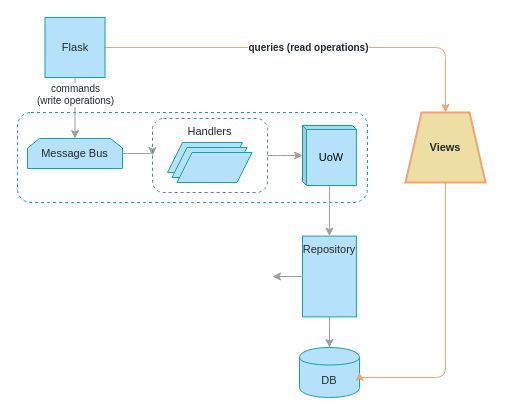
Earlier version of the draw.io diagram page "Chapter 12" (9 of 11) of maps.drawio (cosmicpython/book). Source tidied: cells renumbered, new cells numbered last; positions are measured from the earlier drawing's top-left corner, leaving out a move shared by most shapes. Both pictures are drawn from the tidied source at 100%, with x=0, y=0 at pixel (17, 17).
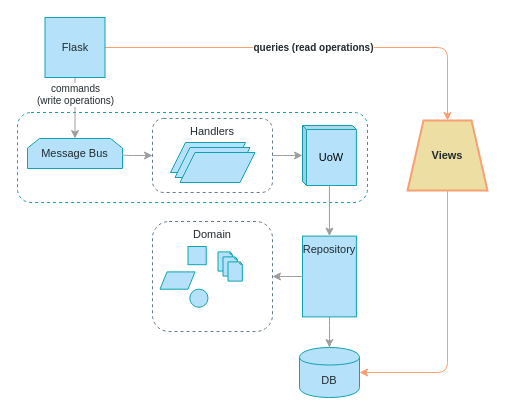
The same page after the edit.

Unchanged cells that the change refers to:
```xml
<mxCell id="8" value="Message Bus" style="shape=loopLimit;whiteSpace=wrap;html=1;fontFamily=Guardian Sans Cond Light;fontSize=11;fontColor=#212A2E;align=center;strokeColor=#0FA3B1;fillColor=#B5E2FA;size=12;gradientColor=none;" parent="1" vertex="1">
  <mxGeometry x="10" y="121" width="95" height="30" as="geometry" />
</mxCell>
<mxCell id="10" value="Repository" style="whiteSpace=wrap;html=1;strokeColor=#0FA3B1;fillColor=#B5E2FA;gradientColor=none;fontFamily=Guardian Sans Cond Light;fontSize=11;fontColor=#212A2E;verticalAlign=top;" parent="1" vertex="1">
  <mxGeometry x="285" y="218.6" width="53.9" height="80.8" as="geometry" />
</mxCell>
<mxCell id="13" value="DB" style="shape=cylinder;whiteSpace=wrap;html=1;boundedLbl=1;backgroundOutline=1;strokeColor=#0FA3B1;fillColor=#B5E2FA;fontSize=11;fontColor=#212A2E;gradientColor=none;fontFamily=Guardian Sans Cond Light;" parent="1" vertex="1">
  <mxGeometry x="282" y="330" width="60" height="50" as="geometry" />
</mxCell>
```

The edit, as a diff of the source:
```diff
@@
     <mxCell id="11" style="edgeStyle=orthogonalEdgeStyle;jettySize=auto;html=1;strokeColor=#9E9E9E;fillColor=#B5E2FA;fontFamily=Guardian Sans Cond Light;fontSize=11;fontColor=#212A2E;entryX=0;entryY=0.5;entryDx=0;entryDy=0;exitX=1;exitY=0.5;exitDx=0;exitDy=0;" parent="1" edge="1" source="8" target="17">
       <mxGeometry relative="1" as="geometry">
         <Array as="points">
-          <mxPoint x="115" y="136" />
-          <mxPoint x="115" y="136" />
+          <mxPoint x="105" y="138" />
         </Array>
       </mxGeometry>
     </mxCell>
-    <mxCell id="12" style="edgeStyle=orthogonalEdgeStyle;jettySize=auto;html=1;strokeColor=#9E9E9E;fillColor=#B5E2FA;fontFamily=Guardian Sans Cond Light;fontSize=11;fontColor=#212A2E;exitX=0;exitY=0.5;exitDx=0;exitDy=0;" parent="1" edge="1" source="10">
-      <mxGeometry relative="1" as="geometry">
-        <mxPoint x="255" y="259.3" as="targetPoint" />
-      </mxGeometry>
+    <mxCell id="12" style="edgeStyle=orthogonalEdgeStyle;jettySize=auto;html=1;strokeColor=#9E9E9E;fillColor=#B5E2FA;fontFamily=Guardian Sans Cond Light;fontSize=11;fontColor=#212A2E;exitX=0;exitY=0.5;exitDx=0;exitDy=0;" parent="1" edge="1" source="10" target="22">
+      <mxGeometry relative="1" as="geometry" />
     </mxCell>
@@
     <mxCell id="15" style="edgeStyle=orthogonalEdgeStyle;jettySize=auto;html=1;strokeColor=#F7A072;fillColor=#B5E2FA;fontFamily=Guardian Sans Cond Light;fontSize=11;fontColor=#212A2E;entryX=1;entryY=0.5;entryDx=0;entryDy=0;exitX=0.5;exitY=1;exitDx=0;exitDy=0;" parent="1" edge="1" source="16" target="13">
       <mxGeometry relative="1" as="geometry">
         <Array as="points">
-          <mxPoint x="428" y="360" />
+          <mxPoint x="430" y="355" />
         </Array>
       </mxGeometry>
     </mxCell>
     <mxCell id="16" value="Views" style="shape=trapezoid;perimeter=trapezoidPerimeter;whiteSpace=wrap;html=1;rounded=0;shadow=0;glass=0;comic=0;strokeColor=#F7A072;fillColor=#EDDEA4;gradientColor=none;fontFamily=Guardian Sans Cond Light;fontSize=11;fontColor=#212A2E;align=center;fontStyle=1;strokeWidth=2;" parent="1" vertex="1">
-      <mxGeometry x="388" y="95" width="80" height="70" as="geometry" />
+      <mxGeometry x="390" y="103" width="80" height="70" as="geometry" />
     </mxCell>
     <mxCell id="17" value="Handlers" style="rounded=1;whiteSpace=wrap;html=1;fontFamily=Guardian Sans Cond Light;verticalAlign=top;fontSize=11;fontColor=#212A2E;fillColor=none;strokeColor=#637C89;fontStyle=0;dashed=1;" parent="1" vertex="1">
-      <mxGeometry x="135" y="101" width="115" height="74" as="geometry" />
+      <mxGeometry x="135" y="101" width="120" height="74" as="geometry" />
     </mxCell>
+    <mxCell id="21" style="group;" parent="1" vertex="1">
+      <mxGeometry x="135" y="204" width="120" height="110" as="geometry" />
+    </mxCell>
+    <mxCell id="22" value="Domain" style="rounded=1;whiteSpace=wrap;html=1;fontFamily=Guardian Sans Cond Light;verticalAlign=top;fontSize=11;fontColor=#212A2E;fillColor=none;strokeColor=#637C89;dashed=1;" parent="21" vertex="1">
+      <mxGeometry width="120" height="110" as="geometry" />
+    </mxCell>
+    <mxCell id="23" style="whiteSpace=wrap;html=1;fontSize=11;strokeColor=#0FA3B1;fillColor=#B5E2FA;fontFamily=Guardian Sans Cond Light;" parent="21" vertex="1">
+      <mxGeometry x="35.5" y="25" width="18.2" height="18.2" as="geometry" />
+    </mxCell>
+    <mxCell id="24" style="ellipse;whiteSpace=wrap;html=1;fontSize=11;strokeColor=#0FA3B1;fillColor=#B5E2FA;fontFamily=Guardian Sans Cond Light;" parent="21" vertex="1">
+      <mxGeometry x="37.3" y="67.6" width="18.2" height="18.2" as="geometry" />
+    </mxCell>
+    <mxCell id="25" style="shape=parallelogram;perimeter=parallelogramPerimeter;whiteSpace=wrap;html=1;fontFamily=Guardian Sans Cond Light;fontSize=11;fontColor=#000000;align=center;strokeColor=#0FA3B1;fillColor=#B5E2FA;" parent="21" vertex="1">
+      <mxGeometry x="7.5" y="50.4" width="35" height="17.3" as="geometry" />
+    </mxCell>
+    <mxCell id="26" style="whiteSpace=wrap;html=1;shape=mxgraph.basic.document;rounded=1;strokeColor=#0FA3B1;fillColor=#B5E2FA;fontFamily=Guardian Sans Cond Light;fontSize=11;" parent="21" vertex="1">
+      <mxGeometry x="65.5" y="30.4" width="14.5" height="19.2" as="geometry" />
+    </mxCell>
+    <mxCell id="27" style="whiteSpace=wrap;html=1;shape=mxgraph.basic.document;rounded=1;strokeColor=#0FA3B1;fillColor=#B5E2FA;fontFamily=Guardian Sans Cond Light;fontSize=11;" parent="21" vertex="1">
+      <mxGeometry x="70.5" y="35.4" width="14.5" height="19.2" as="geometry" />
+    </mxCell>
+    <mxCell id="28" style="whiteSpace=wrap;html=1;shape=mxgraph.basic.document;rounded=1;strokeColor=#0FA3B1;fillColor=#B5E2FA;fontFamily=Guardian Sans Cond Light;fontSize=11;" parent="21" vertex="1">
+      <mxGeometry x="75.5" y="40.4" width="14.5" height="19.2" as="geometry" />
+    </mxCell>
+    <mxCell id="29" style="group;" parent="1" vertex="1">
+      <mxGeometry x="153" y="125" width="84.5" height="40" as="geometry" />
+    </mxCell>
-    <mxCell id="18" style="shape=parallelogram;perimeter=parallelogramPerimeter;whiteSpace=wrap;html=1;fontFamily=Guardian Sans Cond Light;fontSize=11;fontColor=#212A2E;align=center;strokeColor=#0FA3B1;fillColor=#B5E2FA;" parent="1" vertex="1">
-      <mxGeometry x="150" y="125" width="75" height="30" as="geometry" />
+    <mxCell id="18" style="shape=parallelogram;perimeter=parallelogramPerimeter;whiteSpace=wrap;html=1;fontFamily=Guardian Sans Cond Light;fontSize=11;fontColor=#212A2E;align=center;strokeColor=#0FA3B1;fillColor=#B5E2FA;" parent="29" vertex="1">
+      <mxGeometry width="75" height="30" as="geometry" />
     </mxCell>
-    <mxCell id="19" style="shape=parallelogram;perimeter=parallelogramPerimeter;whiteSpace=wrap;html=1;fontFamily=Guardian Sans Cond Light;fontSize=11;fontColor=#212A2E;align=center;strokeColor=#0FA3B1;fillColor=#B5E2FA;" parent="1" vertex="1">
-      <mxGeometry x="154.5" y="130" width="75" height="30" as="geometry" />
+    <mxCell id="19" style="shape=parallelogram;perimeter=parallelogramPerimeter;whiteSpace=wrap;html=1;fontFamily=Guardian Sans Cond Light;fontSize=11;fontColor=#212A2E;align=center;strokeColor=#0FA3B1;fillColor=#B5E2FA;" parent="29" vertex="1">
+      <mxGeometry x="4.5" y="5" width="75" height="30" as="geometry" />
     </mxCell>
-    <mxCell id="20" style="shape=parallelogram;perimeter=parallelogramPerimeter;whiteSpace=wrap;html=1;fontFamily=Guardian Sans Cond Light;fontSize=11;fontColor=#212A2E;align=center;strokeColor=#0FA3B1;fillColor=#B5E2FA;" parent="1" vertex="1">
-      <mxGeometry x="159.5" y="135" width="75" height="30" as="geometry" />
+    <mxCell id="20" style="shape=parallelogram;perimeter=parallelogramPerimeter;whiteSpace=wrap;html=1;fontFamily=Guardian Sans Cond Light;fontSize=11;fontColor=#212A2E;align=center;strokeColor=#0FA3B1;fillColor=#B5E2FA;" parent="29" vertex="1">
+      <mxGeometry x="9.5" y="10" width="75" height="30" as="geometry" />
     </mxCell>
```
